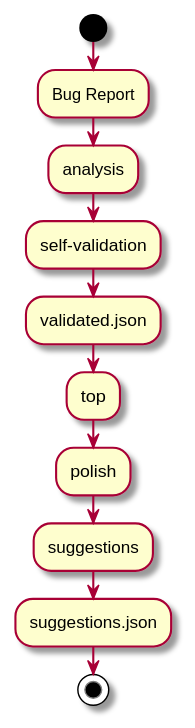
Earlier version of the PlantUML export doc/chain.svg (tracehubpm/reports-check-action). Source of this version:
```plantuml
@startuml
start
:Bug Report;
:analysis;
:self-validation;
:validated.json;
:top;
:polish;
:suggestions;
:suggestions.json;
stop
@enduml
```
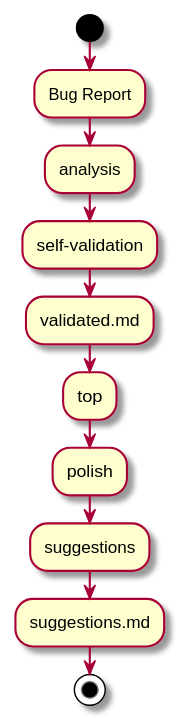
After the change.

Commit message:
Diagram generated

Change to the diagram source:
```diff
@@ -3,10 +3,10 @@
 :Bug Report;
 :analysis;
 :self-validation;
-:validated.json;
+:validated.md;
 :top;
 :polish;
 :suggestions;
-:suggestions.json;
+:suggestions.md;
 stop
 @enduml
```
